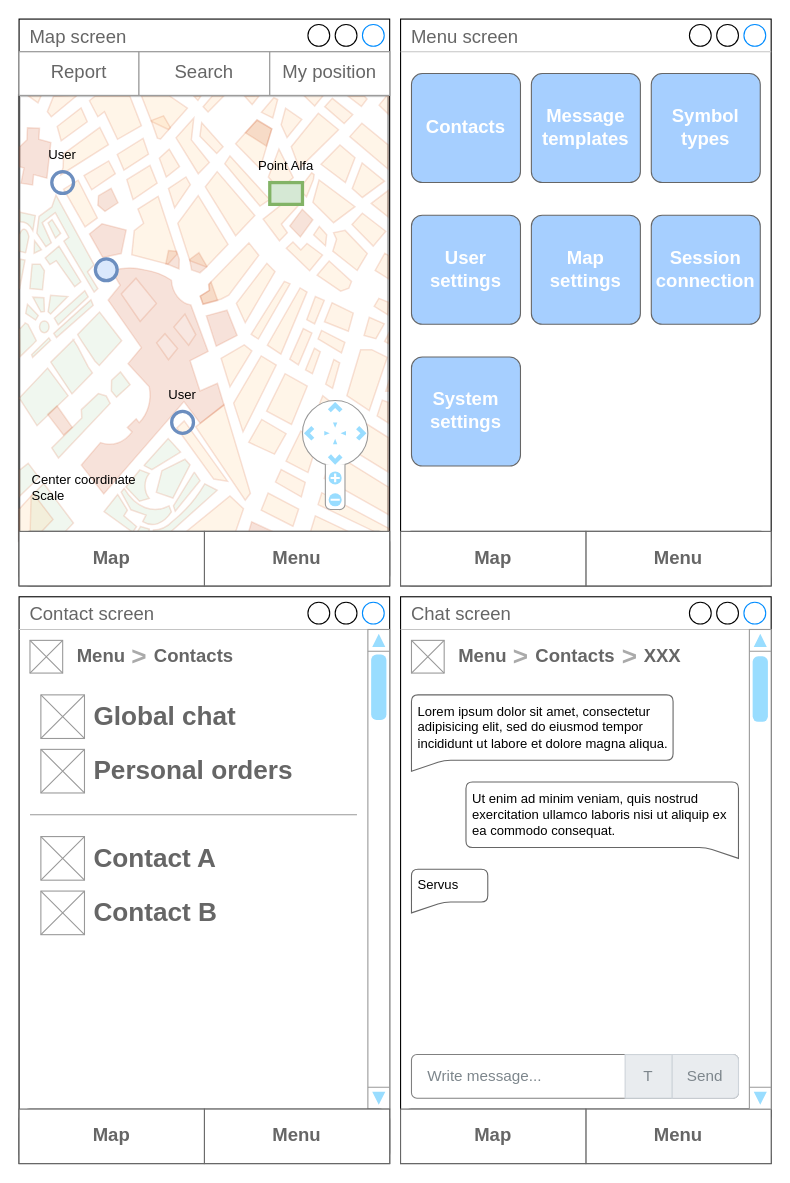
Before: page "Stránka-1" (1 of 2) of doc/design/wireframes.drawio in Revarin/dp24-milapp-perina, a draw.io diagram. Source tidied: cells renumbered, new cells numbered last; positions are measured from the earlier drawing's top-left corner, leaving out a move shared by most shapes. Both pictures are drawn from the tidied source at 109%, with x=0, y=0 at pixel (19, 19).
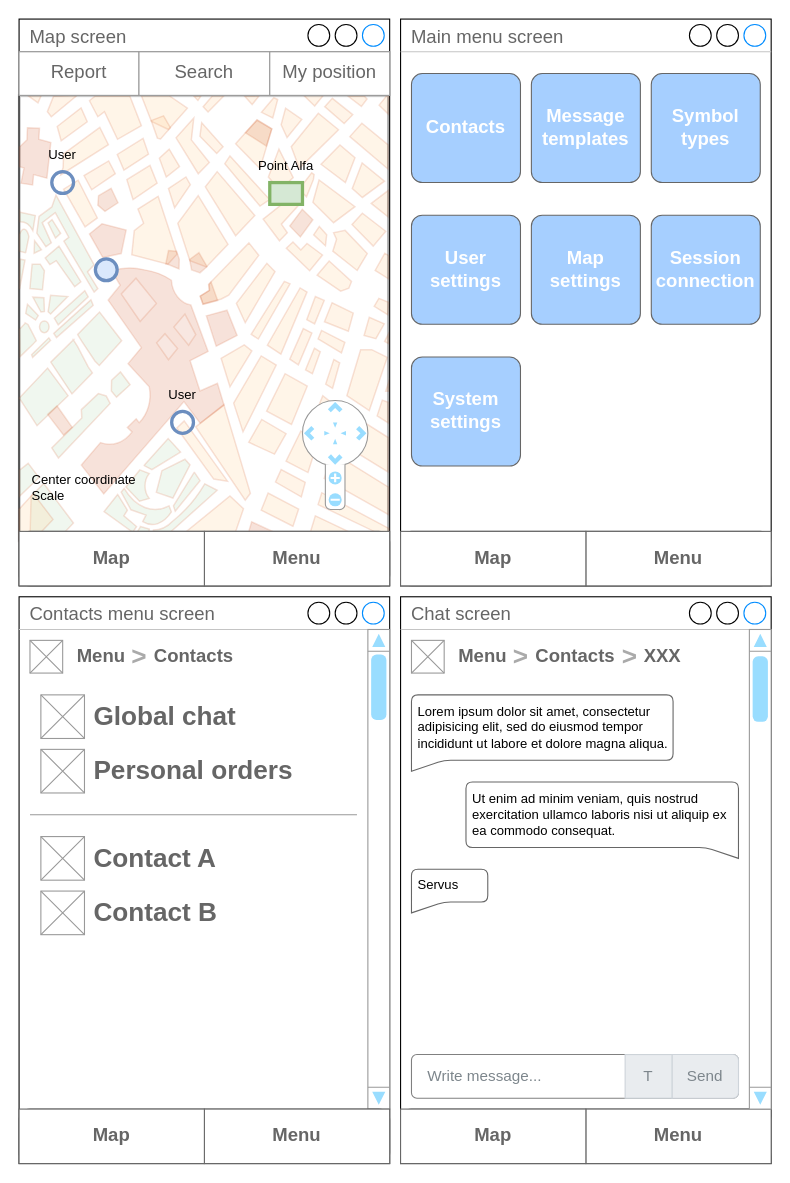
The same diagram, later.

Change to the diagram source:
```diff
@@
-    <mxCell id="20" value="Menu screen" style="strokeWidth=1;shadow=0;dashed=0;align=center;html=1;shape=mxgraph.mockup.containers.window;align=left;verticalAlign=top;spacingLeft=8;strokeColor2=#008cff;strokeColor3=#c4c4c4;fontColor=#666666;mainText=;fontSize=17;labelBackgroundColor=none;whiteSpace=wrap;" parent="1" vertex="1">
+    <mxCell id="20" value="Main menu screen" style="strokeWidth=1;shadow=0;dashed=0;align=center;html=1;shape=mxgraph.mockup.containers.window;align=left;verticalAlign=top;spacingLeft=8;strokeColor2=#008cff;strokeColor3=#c4c4c4;fontColor=#666666;mainText=;fontSize=17;labelBackgroundColor=none;whiteSpace=wrap;" parent="1" vertex="1">
       <mxGeometry x="350" width="340" height="520" as="geometry" />
     </mxCell>
@@
-    <mxCell id="31" value="Contact screen" style="strokeWidth=1;shadow=0;dashed=0;align=center;html=1;shape=mxgraph.mockup.containers.window;align=left;verticalAlign=top;spacingLeft=8;strokeColor2=#008cff;strokeColor3=#c4c4c4;fontColor=#666666;mainText=;fontSize=17;labelBackgroundColor=none;whiteSpace=wrap;" parent="1" vertex="1">
+    <mxCell id="31" value="Contacts menu screen" style="strokeWidth=1;shadow=0;dashed=0;align=center;html=1;shape=mxgraph.mockup.containers.window;align=left;verticalAlign=top;spacingLeft=8;strokeColor2=#008cff;strokeColor3=#c4c4c4;fontColor=#666666;mainText=;fontSize=17;labelBackgroundColor=none;whiteSpace=wrap;" parent="1" vertex="1">
       <mxGeometry y="530" width="340" height="520" as="geometry" />
     </mxCell>
```
